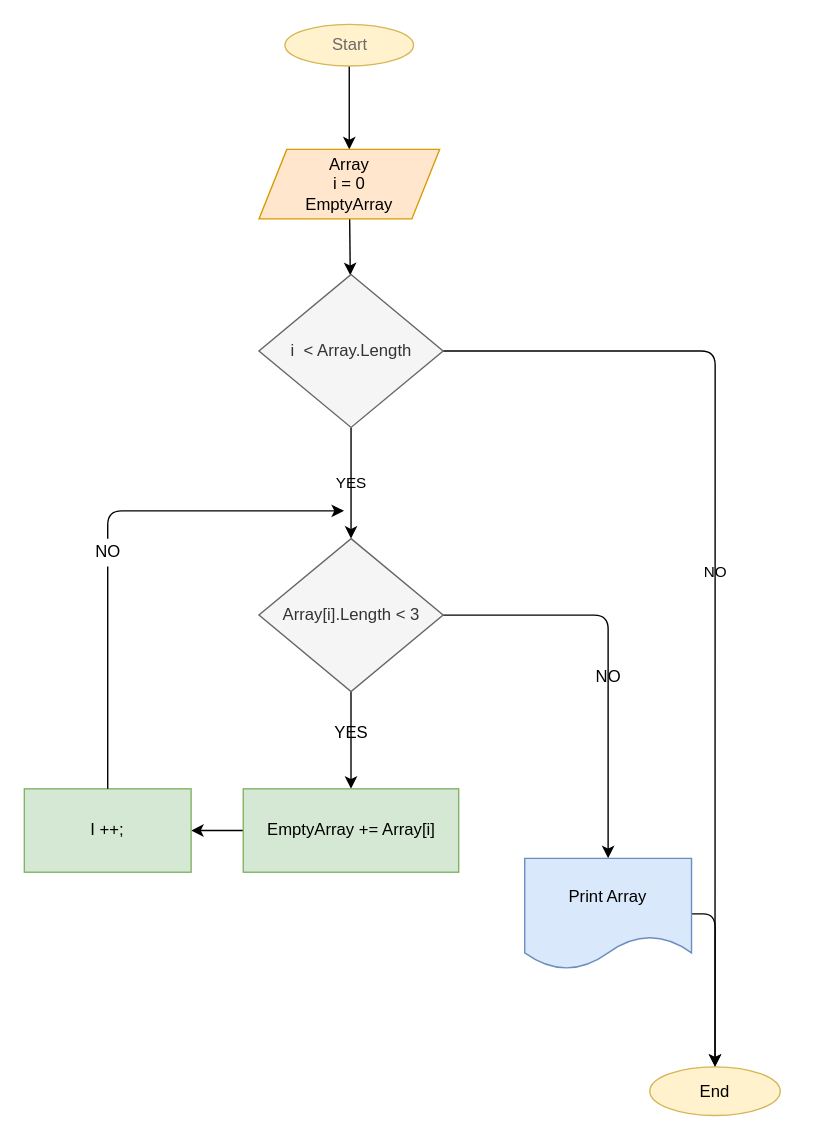
Earlier version of the draw.io diagram block-diagram.drawio (edochik/Program). Source tidied: cells renumbered, new cells numbered last; positions are measured from the earlier drawing's top-left corner, leaving out a move shared by most shapes. Both pictures are drawn from the tidied source at 139%, with x=0, y=0 at pixel (24, 24).
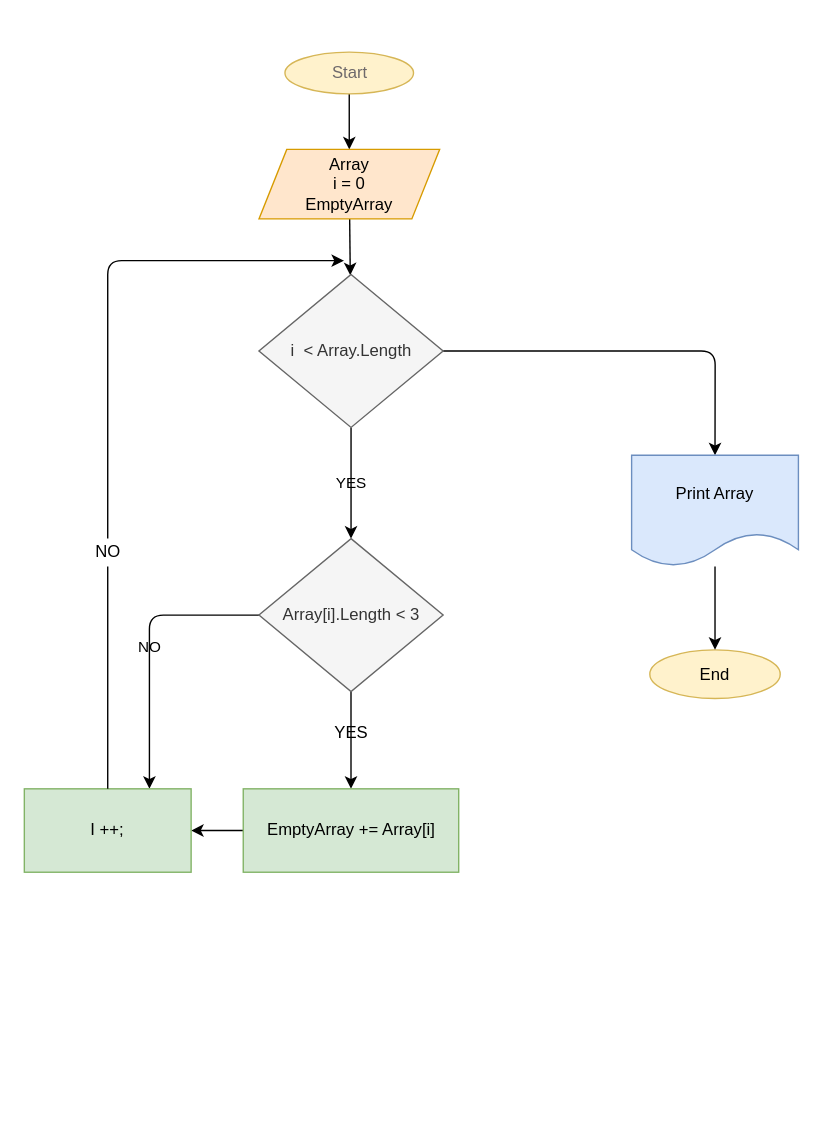
After the change.

Unchanged cells that the change refers to:
```xml
<mxCell id="8" value="i&amp;nbsp; &amp;lt; Array.Length" style="rhombus;whiteSpace=wrap;html=1;fillColor=#f5f5f5;strokeColor=#666666;fontColor=#333333;" parent="1" vertex="1">
  <mxGeometry x="168.8" y="180" width="132.5" height="110" as="geometry" />
</mxCell>
<mxCell id="12" value="Array[i].Length &amp;lt; 3" style="rhombus;whiteSpace=wrap;html=1;fillColor=#f5f5f5;strokeColor=#666666;fontColor=#333333;" parent="1" vertex="1">
  <mxGeometry x="168.8" y="370" width="132.5" height="110" as="geometry" />
</mxCell>
<mxCell id="17" value="&lt;font color=&quot;#000000&quot;&gt;I ++;&lt;/font&gt;" style="whiteSpace=wrap;html=1;fillColor=#d5e8d4;strokeColor=#82b366;" parent="1" vertex="1">
  <mxGeometry y="550" width="120" height="60" as="geometry" />
</mxCell>
<mxCell id="18" value="NO" style="text;html=1;align=center;verticalAlign=middle;points=[];strokeColor=none;fillColor=none;fontColor=#000000;" parent="1" vertex="1">
  <mxGeometry x="45" y="370" width="30" height="20" as="geometry" />
</mxCell>
```

Change to the diagram source:
```diff
@@
     <mxCell id="3" value="&lt;font color=&quot;#6e696b&quot;&gt;Start&lt;/font&gt;" style="ellipse;whiteSpace=wrap;html=1;fillColor=#fff2cc;strokeColor=#d6b656;" parent="1" vertex="1">
-      <mxGeometry x="187.5" width="92.5" height="30" as="geometry" />
+      <mxGeometry x="187.5" y="20" width="92.5" height="30" as="geometry" />
     </mxCell>
@@
-    <mxCell id="7" value="NO" style="edgeStyle=none;html=1;labelBackgroundColor=none;fontColor=#000000;strokeColor=#000000;entryX=0.5;entryY=0;entryDx=0;entryDy=0;" parent="1" edge="1" source="8" target="9">
-      <mxGeometry relative="1" as="geometry">
-        <Array as="points">
-          <mxPoint x="400" y="235" />
-          <mxPoint x="497" y="235" />
-        </Array>
-      </mxGeometry>
-    </mxCell>
+    <mxCell id="23" style="edgeStyle=none;html=1;labelBackgroundColor=none;fontColor=#000000;strokeColor=#000000;entryX=0.5;entryY=0;entryDx=0;entryDy=0;" parent="1" edge="1" source="8" target="21">
+      <mxGeometry relative="1" as="geometry">
+        <Array as="points">
+          <mxPoint x="497" y="235" />
+        </Array>
+      </mxGeometry>
+    </mxCell>
@@
     <mxCell id="9" value="&lt;font color=&quot;#000000&quot;&gt;End&lt;/font&gt;" style="ellipse;whiteSpace=wrap;html=1;fillColor=#fff2cc;strokeColor=#d6b656;" parent="1" vertex="1">
-      <mxGeometry x="450" y="750" width="93.8" height="35" as="geometry" />
+      <mxGeometry x="450" y="450" width="93.8" height="35" as="geometry" />
     </mxCell>
@@
-    <mxCell id="11" style="edgeStyle=none;html=1;labelBackgroundColor=none;fontColor=#000000;strokeColor=#000000;" parent="1" edge="1" source="12" target="21">
-      <mxGeometry relative="1" as="geometry">
-        <Array as="points">
-          <mxPoint x="420" y="425" />
-        </Array>
-      </mxGeometry>
-    </mxCell>
+    <mxCell id="24" value="NO" style="edgeStyle=none;html=1;entryX=0.75;entryY=0;entryDx=0;entryDy=0;labelBackgroundColor=none;fontColor=#000000;strokeColor=#000000;" parent="1" edge="1" source="12" target="17">
+      <mxGeometry relative="1" as="geometry">
+        <Array as="points">
+          <mxPoint x="90" y="425" />
+        </Array>
+      </mxGeometry>
+    </mxCell>
@@
     <mxCell id="16" style="edgeStyle=none;html=1;labelBackgroundColor=none;fontColor=#000000;strokeColor=#000000;startArrow=none;" parent="1" edge="1" source="18">
       <mxGeometry relative="1" as="geometry">
-        <mxPoint x="230" y="350" as="targetPoint" />
+        <mxPoint x="230" y="170" as="targetPoint" />
         <Array as="points">
           <mxPoint x="60" y="350" />
+          <mxPoint x="60" y="170" />
         </Array>
       </mxGeometry>
     </mxCell>
@@
-    <mxCell id="20" style="edgeStyle=none;html=1;entryX=0.5;entryY=0;entryDx=0;entryDy=0;labelBackgroundColor=none;fontColor=#000000;strokeColor=#000000;" parent="1" edge="1" source="21" target="9">
-      <mxGeometry relative="1" as="geometry">
-        <Array as="points">
-          <mxPoint x="497" y="640" />
-        </Array>
-      </mxGeometry>
+    <mxCell id="20" style="edgeStyle=none;html=1;labelBackgroundColor=none;fontColor=#000000;strokeColor=#000000;" parent="1" edge="1" source="21" target="9">
+      <mxGeometry relative="1" as="geometry" />
     </mxCell>
     <mxCell id="21" value="&lt;font color=&quot;#000000&quot;&gt;Print Array&lt;/font&gt;" style="shape=document;whiteSpace=wrap;html=1;boundedLbl=1;fillColor=#dae8fc;strokeColor=#6c8ebf;" parent="1" vertex="1">
-      <mxGeometry x="360" y="600" width="120" height="80" as="geometry" />
+      <mxGeometry x="436.9" y="310" width="120" height="80" as="geometry" />
     </mxCell>
-    <mxCell id="22" value="NO" style="text;html=1;align=center;verticalAlign=middle;strokeColor=none;fillColor=none;fontColor=#000000;" parent="1" vertex="1">
-      <mxGeometry x="405" y="460" width="30" height="20" as="geometry" />
-    </mxCell>
```
